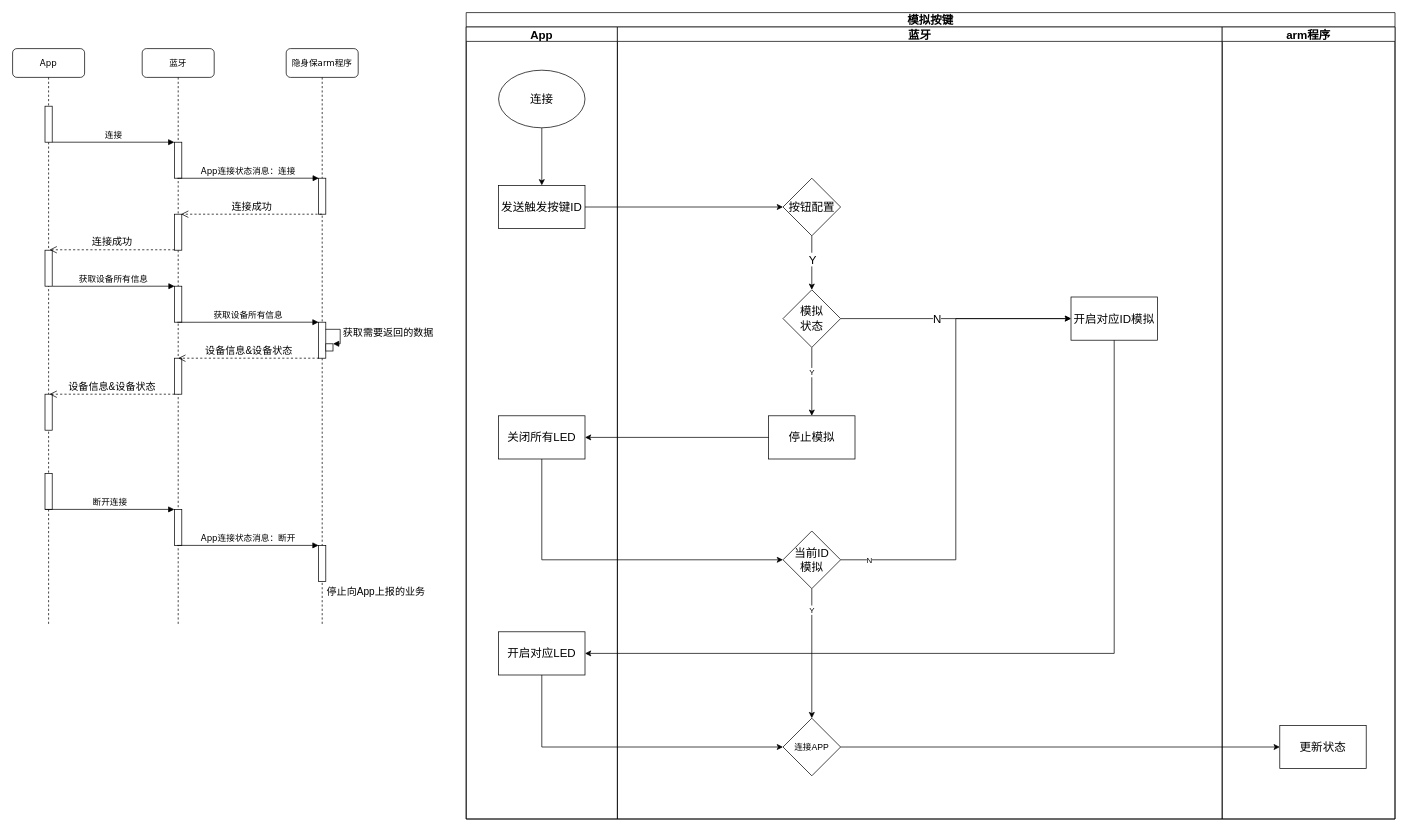
The draw.io diagram page "App与设备连接状态" (16 of 27) of 隐身保arm版-业务流程-V1.0-20221028-1.drawio in kyphoon/ysb_drawio_tree, before the edit. Source tidied: cells renumbered, new cells numbered last; positions are measured from the earlier drawing's top-left corner, leaving out a move shared by most shapes. Both pictures are drawn from the tidied source at 72%, with x=0, y=0 at pixel (12, 12).
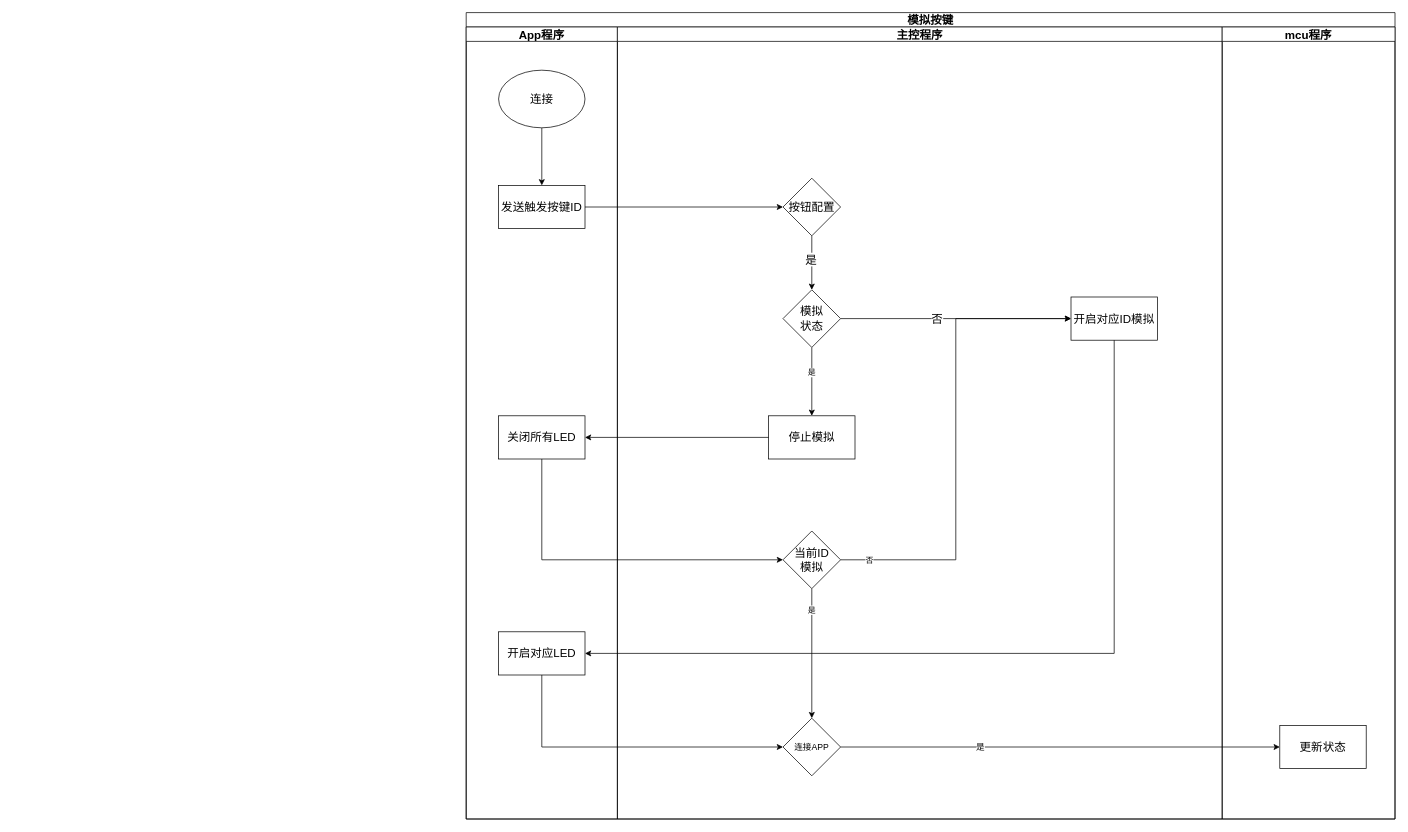
The same diagram, later.

The change refers to these unchanged cells:
```xml
<mxCell id="30" value="模拟按键" style="swimlane;startSize=20;labelBackgroundColor=none;fontSize=16;fontColor=#000000;strokeColor=default;strokeWidth=1;fillColor=default;" parent="1" vertex="1">
  <mxGeometry x="630" width="1290" height="1120" as="geometry" />
</mxCell>
<mxCell id="38" style="edgeStyle=orthogonalEdgeStyle;rounded=0;jettySize=auto;html=1;fontSize=16;fontColor=#000000;startArrow=none;startFill=0;endArrow=classic;endFill=1;strokeColor=#000000;" parent="37" edge="1" source="40" target="45">
  <mxGeometry relative="1" as="geometry" />
</mxCell>
<mxCell id="41" style="edgeStyle=orthogonalEdgeStyle;rounded=0;jettySize=auto;html=1;fontSize=16;fontColor=#000000;startArrow=none;startFill=0;endArrow=classic;endFill=1;strokeColor=#000000;" parent="37" edge="1" source="45" target="47">
  <mxGeometry relative="1" as="geometry" />
</mxCell>
<mxCell id="43" style="edgeStyle=orthogonalEdgeStyle;rounded=0;jettySize=auto;html=1;" parent="37" edge="1" source="45" target="46">
  <mxGeometry relative="1" as="geometry" />
</mxCell>
<mxCell id="48" style="edgeStyle=orthogonalEdgeStyle;rounded=0;jettySize=auto;html=1;entryX=0;entryY=0.5;entryDx=0;entryDy=0;" parent="37" edge="1" source="52" target="47">
  <mxGeometry relative="1" as="geometry" />
</mxCell>
<mxCell id="50" style="edgeStyle=orthogonalEdgeStyle;rounded=0;jettySize=auto;html=1;entryX=0.5;entryY=0;entryDx=0;entryDy=0;" parent="37" edge="1" source="52" target="53">
  <mxGeometry relative="1" as="geometry" />
</mxCell>
<mxCell id="61" style="edgeStyle=orthogonalEdgeStyle;rounded=0;jettySize=auto;html=1;entryX=0;entryY=0.5;entryDx=0;entryDy=0;" parent="30" edge="1" source="53" target="55">
  <mxGeometry relative="1" as="geometry" />
</mxCell>
```

The edit, as a diff of the source:
```diff
@@
-    <mxCell id="2" value="App" style="shape=umlLifeline;perimeter=lifelinePerimeter;whiteSpace=wrap;html=1;rounded=1;shadow=0;comic=0;labelBackgroundColor=none;strokeWidth=1;fontFamily=Verdana;fontSize=12;align=center;" parent="1" vertex="1">
-      <mxGeometry y="50" width="100" height="800" as="geometry" />
-    </mxCell>
-    <mxCell id="3" style="html=1;perimeter=orthogonalPerimeter;rounded=0;shadow=0;comic=0;labelBackgroundColor=none;strokeWidth=1;fontFamily=Verdana;fontSize=12;align=center;" parent="2" vertex="1">
-      <mxGeometry x="45" y="80" width="10" height="50" as="geometry" />
-    </mxCell>
-    <mxCell id="4" value="连接" style="html=1;verticalAlign=bottom;endArrow=block;labelBackgroundColor=none;fontFamily=Verdana;fontSize=12;edgeStyle=elbowEdgeStyle;elbow=vertical;entryX=-0.034;entryY=-0.001;entryDx=0;entryDy=0;entryPerimeter=0;" parent="2" edge="1" target="10">
-      <mxGeometry relative="1" as="geometry">
-        <mxPoint x="55" y="130" as="sourcePoint" />
-      </mxGeometry>
-    </mxCell>
-    <mxCell id="5" style="html=1;perimeter=orthogonalPerimeter;rounded=0;shadow=0;comic=0;labelBackgroundColor=none;strokeWidth=1;fontFamily=Verdana;fontSize=12;align=center;" parent="2" vertex="1">
-      <mxGeometry x="45" y="590" width="10" height="50" as="geometry" />
-    </mxCell>
-    <mxCell id="6" value="断开连接" style="html=1;verticalAlign=bottom;endArrow=block;labelBackgroundColor=none;fontFamily=Verdana;fontSize=12;edgeStyle=elbowEdgeStyle;elbow=vertical;entryX=-0.032;entryY=0.016;entryDx=0;entryDy=0;entryPerimeter=0;" parent="2" edge="1" target="11">
-      <mxGeometry relative="1" as="geometry">
-        <mxPoint x="45" y="640" as="sourcePoint" />
-      </mxGeometry>
-    </mxCell>
-    <mxCell id="7" style="html=1;points=[];perimeter=orthogonalPerimeter;rounded=0;shadow=0;comic=0;labelBackgroundColor=none;strokeWidth=1;fontFamily=Verdana;fontSize=12;align=center;" parent="2" vertex="1">
-      <mxGeometry x="45" y="280" width="10" height="50" as="geometry" />
-    </mxCell>
-    <mxCell id="8" style="html=1;perimeter=orthogonalPerimeter;rounded=0;shadow=0;comic=0;labelBackgroundColor=none;strokeWidth=1;fontFamily=Verdana;fontSize=12;align=center;" parent="2" vertex="1">
-      <mxGeometry x="45" y="480" width="10" height="50" as="geometry" />
-    </mxCell>
-    <mxCell id="9" value="蓝牙" style="shape=umlLifeline;perimeter=lifelinePerimeter;whiteSpace=wrap;html=1;rounded=1;shadow=0;comic=0;labelBackgroundColor=none;strokeWidth=1;fontFamily=Verdana;fontSize=12;align=center;" parent="1" vertex="1">
-      <mxGeometry x="180" y="50" width="100" height="800" as="geometry" />
-    </mxCell>
-    <mxCell id="10" style="html=1;points=[];perimeter=orthogonalPerimeter;rounded=0;shadow=0;comic=0;labelBackgroundColor=none;strokeWidth=1;fontFamily=Verdana;fontSize=12;align=center;" parent="9" vertex="1">
-      <mxGeometry x="45" y="130" width="10" height="50" as="geometry" />
-    </mxCell>
-    <mxCell id="11" style="html=1;points=[];perimeter=orthogonalPerimeter;rounded=0;shadow=0;comic=0;labelBackgroundColor=none;strokeWidth=1;fontFamily=Verdana;fontSize=12;align=center;" parent="9" vertex="1">
-      <mxGeometry x="45" y="640" width="10" height="50" as="geometry" />
-    </mxCell>
-    <mxCell id="12" style="html=1;perimeter=orthogonalPerimeter;rounded=0;shadow=0;comic=0;labelBackgroundColor=none;strokeWidth=1;fontFamily=Verdana;fontSize=12;align=center;" parent="9" vertex="1">
-      <mxGeometry x="45" y="330" width="10" height="50" as="geometry" />
-    </mxCell>
-    <mxCell id="13" value="获取设备所有信息" style="html=1;verticalAlign=bottom;endArrow=block;labelBackgroundColor=none;fontFamily=Verdana;fontSize=12;edgeStyle=elbowEdgeStyle;elbow=vertical;entryX=-0.034;entryY=-0.001;entryDx=0;entryDy=0;entryPerimeter=0;" parent="9" edge="1">
-      <mxGeometry relative="1" as="geometry">
-        <mxPoint x="-124.7" y="330.1" as="sourcePoint" />
-        <mxPoint x="45" y="330" as="targetPoint" />
-      </mxGeometry>
-    </mxCell>
-    <mxCell id="14" style="html=1;points=[];perimeter=orthogonalPerimeter;rounded=0;shadow=0;comic=0;labelBackgroundColor=none;strokeWidth=1;fontFamily=Verdana;fontSize=12;align=center;" parent="9" vertex="1">
-      <mxGeometry x="45" y="230" width="10" height="50" as="geometry" />
-    </mxCell>
-    <mxCell id="15" style="html=1;perimeter=orthogonalPerimeter;rounded=0;shadow=0;comic=0;labelBackgroundColor=none;strokeWidth=1;fontFamily=Verdana;fontSize=12;align=center;" parent="9" vertex="1">
-      <mxGeometry x="45" y="430" width="10" height="50" as="geometry" />
-    </mxCell>
-    <mxCell id="16" value="设备信息&amp;amp;设备状态" style="html=1;verticalAlign=bottom;endArrow=open;dashed=1;endSize=8;rounded=0;fontSize=14;entryX=0.633;entryY=-0.012;entryDx=0;entryDy=0;entryPerimeter=0;" parent="9" edge="1">
-      <mxGeometry relative="1" as="geometry">
-        <mxPoint x="45" y="480" as="sourcePoint" />
-        <mxPoint x="-128.7" y="480" as="targetPoint" />
-      </mxGeometry>
-    </mxCell>
-    <mxCell id="17" value="隐身保arm程序" style="shape=umlLifeline;perimeter=lifelinePerimeter;whiteSpace=wrap;html=1;outlineConnect=0;rounded=1;shadow=0;comic=0;labelBackgroundColor=none;strokeWidth=1;fontFamily=Verdana;fontSize=12;align=center;" parent="1" vertex="1">
-      <mxGeometry x="380" y="50" width="100" height="800" as="geometry" />
-    </mxCell>
-    <mxCell id="18" style="html=1;points=[];perimeter=orthogonalPerimeter;rounded=0;shadow=0;comic=0;labelBackgroundColor=none;strokeWidth=1;fontFamily=Verdana;fontSize=12;align=center;" parent="17" vertex="1">
-      <mxGeometry x="45" y="180" width="10" height="50" as="geometry" />
-    </mxCell>
-    <mxCell id="19" style="html=1;perimeter=orthogonalPerimeter;rounded=0;shadow=0;comic=0;labelBackgroundColor=none;strokeWidth=1;fontFamily=Verdana;fontSize=12;align=center;" parent="17" vertex="1">
-      <mxGeometry x="45" y="690" width="10" height="50" as="geometry" />
-    </mxCell>
-    <mxCell id="20" value="App连接状态消息：断开" style="html=1;verticalAlign=bottom;endArrow=block;labelBackgroundColor=none;fontFamily=Verdana;fontSize=12;edgeStyle=elbowEdgeStyle;elbow=vertical;entryX=0.03;entryY=0.009;entryDx=0;entryDy=0;entryPerimeter=0;" parent="17" edge="1">
-      <mxGeometry relative="1" as="geometry">
-        <mxPoint x="-151.3" y="690" as="sourcePoint" />
-        <mxPoint x="45" y="690.4" as="targetPoint" />
-      </mxGeometry>
-    </mxCell>
-    <mxCell id="21" style="html=1;points=[];perimeter=orthogonalPerimeter;rounded=0;shadow=0;comic=0;labelBackgroundColor=none;strokeWidth=1;fontFamily=Verdana;fontSize=12;align=center;" parent="17" vertex="1">
-      <mxGeometry x="45" y="380" width="10" height="50" as="geometry" />
-    </mxCell>
-    <mxCell id="22" value="获取设备所有信息" style="html=1;verticalAlign=bottom;endArrow=block;labelBackgroundColor=none;fontFamily=Verdana;fontSize=12;edgeStyle=elbowEdgeStyle;elbow=vertical;entryX=0.03;entryY=0.009;entryDx=0;entryDy=0;entryPerimeter=0;" parent="17" edge="1">
-      <mxGeometry relative="1" as="geometry">
-        <mxPoint x="-151.3" y="380.1" as="sourcePoint" />
-        <mxPoint x="45" y="380.5" as="targetPoint" />
-      </mxGeometry>
-    </mxCell>
-    <mxCell id="23" style="html=1;points=[];perimeter=orthogonalPerimeter;fontSize=14;" parent="17" vertex="1">
-      <mxGeometry x="55" y="410" width="10" height="10" as="geometry" />
-    </mxCell>
-    <mxCell id="24" value="获取需要返回的数据" style="edgeStyle=orthogonalEdgeStyle;html=1;align=left;spacingLeft=2;endArrow=block;rounded=0;entryX=1;entryY=0;fontSize=14;exitX=0.956;exitY=0.198;exitDx=0;exitDy=0;exitPerimeter=0;" parent="17" edge="1" source="21" target="23">
-      <mxGeometry relative="1" as="geometry">
-        <Array as="points">
-          <mxPoint x="75" y="390" />
-          <mxPoint x="75" y="410" />
-        </Array>
-      </mxGeometry>
-    </mxCell>
-    <mxCell id="25" value="App连接状态消息：连接" style="html=1;verticalAlign=bottom;endArrow=block;labelBackgroundColor=none;fontFamily=Verdana;fontSize=12;edgeStyle=elbowEdgeStyle;elbow=vertical;entryX=0.03;entryY=0.009;entryDx=0;entryDy=0;entryPerimeter=0;" parent="1" edge="1" target="18">
-      <mxGeometry relative="1" as="geometry">
-        <mxPoint x="229" y="230.1" as="sourcePoint" />
-      </mxGeometry>
-    </mxCell>
-    <mxCell id="26" value="停止向App上报的业务" style="text;html=1;strokeColor=none;fillColor=none;align=center;verticalAlign=middle;whiteSpace=wrap;rounded=0;fontSize=14;" parent="1" vertex="1">
-      <mxGeometry x="430" y="790" width="150" height="30" as="geometry" />
-    </mxCell>
-    <mxCell id="27" value="连接成功" style="html=1;verticalAlign=bottom;endArrow=open;dashed=1;endSize=8;rounded=0;fontSize=14;" parent="1" edge="1" source="17">
-      <mxGeometry relative="1" as="geometry">
-        <mxPoint x="234" y="280" as="targetPoint" />
-      </mxGeometry>
-    </mxCell>
-    <mxCell id="28" value="连接成功" style="html=1;verticalAlign=bottom;endArrow=open;dashed=1;endSize=8;rounded=0;fontSize=14;entryX=0.633;entryY=-0.012;entryDx=0;entryDy=0;entryPerimeter=0;" parent="1" edge="1" source="14" target="7">
-      <mxGeometry relative="1" as="geometry" />
-    </mxCell>
-    <mxCell id="29" value="设备信息&amp;amp;设备状态" style="html=1;verticalAlign=bottom;endArrow=open;dashed=1;endSize=8;rounded=0;fontSize=14;" parent="1" edge="1">
-      <mxGeometry relative="1" as="geometry">
-        <mxPoint x="425.5" y="480" as="sourcePoint" />
-        <mxPoint x="230" y="480" as="targetPoint" />
-      </mxGeometry>
-    </mxCell>
@@
-    <mxCell id="31" value="App" style="swimlane;startSize=20;labelBackgroundColor=none;fontSize=16;fontColor=#000000;strokeColor=default;strokeWidth=1;fillColor=default;" parent="30" vertex="1">
+    <mxCell id="31" value="App程序" style="swimlane;startSize=20;labelBackgroundColor=none;fontSize=16;fontColor=#000000;strokeColor=default;strokeWidth=1;fillColor=default;" parent="30" vertex="1">
       <mxGeometry y="20" width="210" height="1100" as="geometry" />
     </mxCell>
@@
-    <mxCell id="37" value="蓝牙" style="swimlane;startSize=20;labelBackgroundColor=none;fontSize=16;fontColor=#000000;strokeColor=default;strokeWidth=1;fillColor=default;" parent="30" vertex="1">
+    <mxCell id="37" value="主控程序" style="swimlane;startSize=20;labelBackgroundColor=none;fontSize=16;fontColor=#000000;strokeColor=default;strokeWidth=1;fillColor=default;" parent="30" vertex="1">
       <mxGeometry x="210" y="20" width="840" height="1100" as="geometry" />
     </mxCell>
@@
-    <mxCell id="39" value="Y" style="edgeLabel;html=1;align=center;verticalAlign=middle;fontSize=16;fontColor=#000000;" parent="38" vertex="1">
+    <mxCell id="39" value="是&amp;nbsp;" style="edgeLabel;html=1;align=center;verticalAlign=middle;fontSize=16;fontColor=#000000;" parent="38" vertex="1">
       <mxGeometry x="-0.15" relative="1" as="geometry" />
     </mxCell>
@@
-    <mxCell id="42" value="N" style="edgeLabel;html=1;align=center;verticalAlign=middle;fontSize=16;fontColor=#000000;" parent="41" vertex="1">
+    <mxCell id="42" value="否" style="edgeLabel;html=1;align=center;verticalAlign=middle;fontSize=16;fontColor=#000000;" parent="41" vertex="1">
       <mxGeometry x="-0.17" relative="1" as="geometry" />
     </mxCell>
@@
-    <mxCell id="44" value="Y" style="edgeLabel;html=1;align=center;verticalAlign=middle;" parent="43" vertex="1">
+    <mxCell id="44" value="是" style="edgeLabel;html=1;align=center;verticalAlign=middle;" parent="43" vertex="1">
       <mxGeometry x="-0.29" y="-1" relative="1" as="geometry" />
     </mxCell>
@@
-    <mxCell id="49" value="N" style="edgeLabel;html=1;align=center;verticalAlign=middle;" parent="48" vertex="1">
+    <mxCell id="49" value="否" style="edgeLabel;html=1;align=center;verticalAlign=middle;" parent="48" vertex="1">
       <mxGeometry x="-0.88" relative="1" as="geometry" />
     </mxCell>
@@
-    <mxCell id="51" value="Y" style="edgeLabel;html=1;align=center;verticalAlign=middle;" parent="50" vertex="1">
+    <mxCell id="51" value="是" style="edgeLabel;html=1;align=center;verticalAlign=middle;" parent="50" vertex="1">
       <mxGeometry x="-0.68" y="-1" relative="1" as="geometry" />
     </mxCell>
@@
-    <mxCell id="54" value="arm程序" style="swimlane;startSize=20;labelBackgroundColor=none;fontSize=16;fontColor=#000000;strokeColor=default;strokeWidth=1;fillColor=default;" parent="30" vertex="1">
+    <mxCell id="54" value="mcu程序" style="swimlane;startSize=20;labelBackgroundColor=none;fontSize=16;fontColor=#000000;strokeColor=default;strokeWidth=1;fillColor=default;" parent="30" vertex="1">
       <mxGeometry x="1050" y="20" width="240" height="1100" as="geometry" />
     </mxCell>
@@
+    <mxCell id="62" value="是" style="edgeLabel;html=1;align=center;verticalAlign=middle;fontSize=12;" parent="61" vertex="1">
+      <mxGeometry x="-0.37" y="1" relative="1" as="geometry">
+        <mxPoint x="1" as="offset" />
+      </mxGeometry>
+    </mxCell>
```
